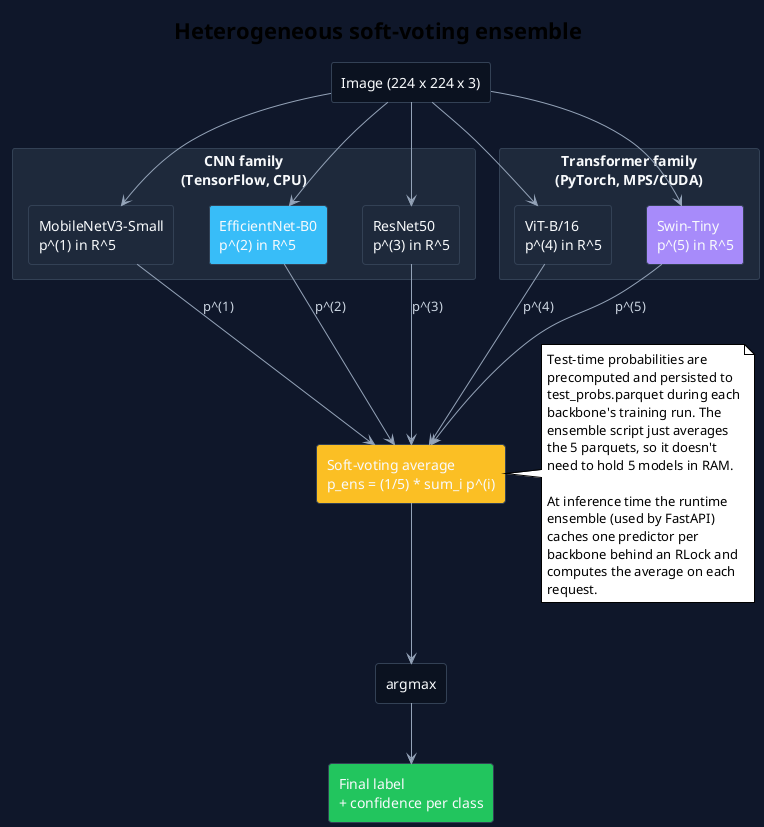
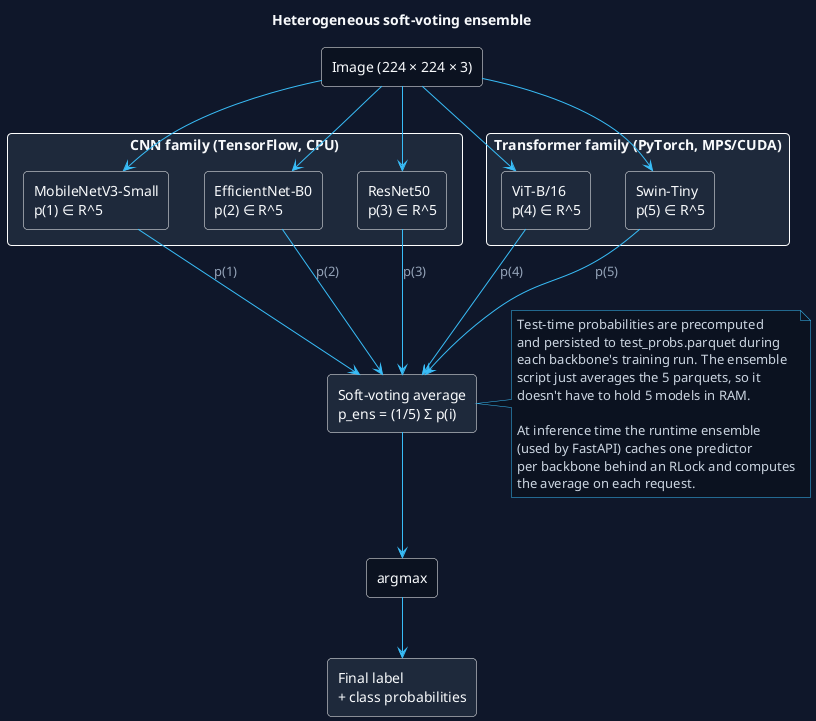
- @startuml
- !theme plain
+ @startuml 07_architecture_ensemble
+ ' Figure 7 — Heterogeneous Soft-voting Ensemble
+ 
skinparam backgroundColor #0F172A
skinparam shadowing false
- skinparam rectangleBackgroundColor #1E293B
- skinparam rectangleBorderColor #334155
- skinparam rectangleFontColor #F8FAFC
- skinparam ArrowColor #94A3B8
- skinparam ArrowFontColor #CBD5E1
+ skinparam defaultFontName "Fira Sans"
+ skinparam defaultFontColor #F8FAFC
+ 
+ skinparam rectangle {
+   BorderColor rgba(148,163,184,0.30)
+   BackgroundColor #1E293B
+   FontColor #F8FAFC
+   RoundCorner 8
+ }
+ skinparam ArrowColor #38BDF8
+ skinparam ArrowFontColor #94A3B8
+ skinparam ArrowFontName "Fira Code"
+ skinparam noteFontColor #CBD5E1
+ skinparam noteFontName "Fira Code"
+ skinparam noteBackgroundColor #0B1220
+ skinparam noteBorderColor #38BDF8

title Heterogeneous soft-voting ensemble

- rectangle "Image (224 x 224 x 3)" as IN #0B1220
+ rectangle "Image (224 × 224 × 3)" as IN #0B1220

- rectangle "CNN family\n(TensorFlow, CPU)" as CNN #1E293B {
-   rectangle "MobileNetV3-Small\np^(1) in R^5" as C1
-   rectangle "EfficientNet-B0\np^(2) in R^5" as C2 #38BDF8
-   rectangle "ResNet50\np^(3) in R^5" as C3
+ rectangle "CNN family (TensorFlow, CPU)" as CNN {
+   rectangle "MobileNetV3-Small\np(1) ∈ R^5" as C1
+   rectangle "EfficientNet-B0\np(2) ∈ R^5" as C2
+   rectangle "ResNet50\np(3) ∈ R^5" as C3
}

- rectangle "Transformer family\n(PyTorch, MPS/CUDA)" as TRF #1E293B {
-   rectangle "ViT-B/16\np^(4) in R^5" as T1
-   rectangle "Swin-Tiny\np^(5) in R^5" as T2 #A78BFA
+ rectangle "Transformer family (PyTorch, MPS/CUDA)" as TRF {
+   rectangle "ViT-B/16\np(4) ∈ R^5" as T1
+   rectangle "Swin-Tiny\np(5) ∈ R^5" as T2
}

- rectangle "Soft-voting average\np_ens = (1/5) * sum_i p^(i)" as AVG #FBBF24
- 
+ rectangle "Soft-voting average\np_ens = (1/5) Σ p(i)" as AVG
rectangle "argmax" as ARG #0B1220
- rectangle "Final label\n+ confidence per class" as OUT #22C55E
+ rectangle "Final label\n+ class probabilities" as OUT

IN --> C1
IN --> C2
IN --> C3
IN --> T1
IN --> T2

- C1 --> AVG : p^(1)
- C2 --> AVG : p^(2)
- C3 --> AVG : p^(3)
- T1 --> AVG : p^(4)
- T2 --> AVG : p^(5)
+ C1 --> AVG : p(1)
+ C2 --> AVG : p(2)
+ C3 --> AVG : p(3)
+ T1 --> AVG : p(4)
+ T2 --> AVG : p(5)

AVG --> ARG
ARG --> OUT

note right of AVG
-   Test-time probabilities are
-   precomputed and persisted to
-   test_probs.parquet during each
-   backbone's training run. The
-   ensemble script just averages
-   the 5 parquets, so it doesn't
-   need to hold 5 models in RAM.
+   Test-time probabilities are precomputed
+   and persisted to test_probs.parquet during
+   each backbone's training run. The ensemble
+   script just averages the 5 parquets, so it
+   doesn't have to hold 5 models in RAM.

-   At inference time the runtime
-   ensemble (used by FastAPI)
-   caches one predictor per
-   backbone behind an RLock and
-   computes the average on each
-   request.
+   At inference time the runtime ensemble
+   (used by FastAPI) caches one predictor
+   per backbone behind an RLock and computes
+   the average on each request.
end note

@enduml
